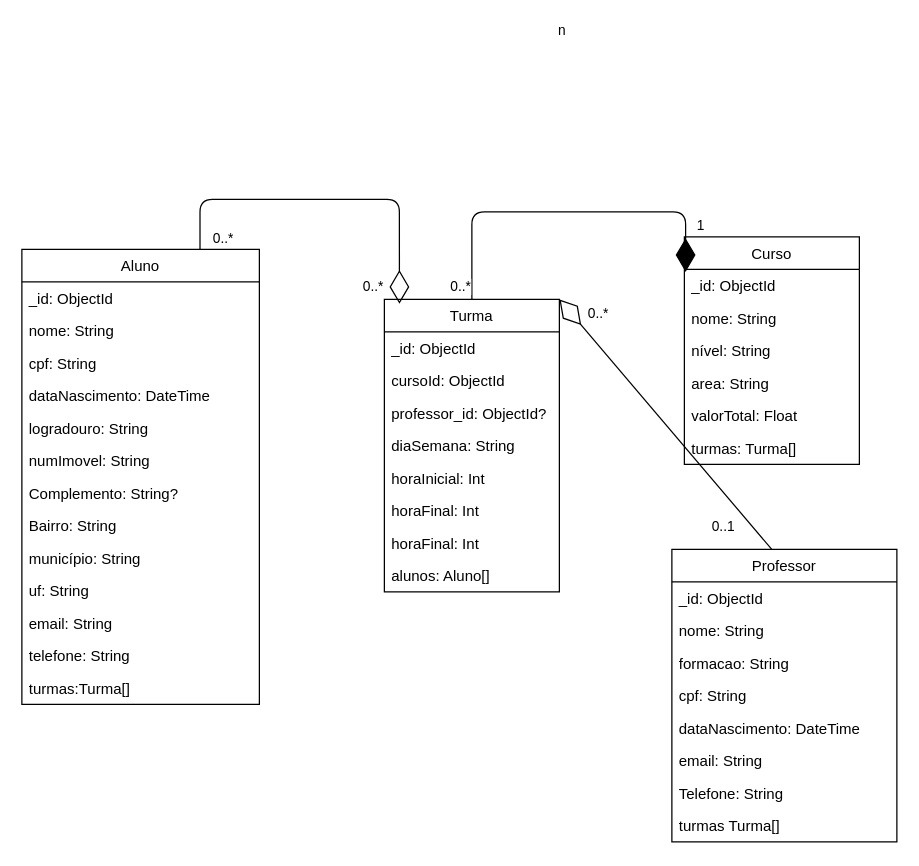
The draw.io diagram docs/modelagem-db.drawio in Leonardo-henriqu2/bn-not-2023-2, before the edit. Source tidied: cells renumbered, new cells numbered last; positions are measured from the earlier drawing's top-left corner, leaving out a move shared by most shapes. Both pictures are drawn from the tidied source at 125%, with x=0, y=0 at pixel (21, 199).
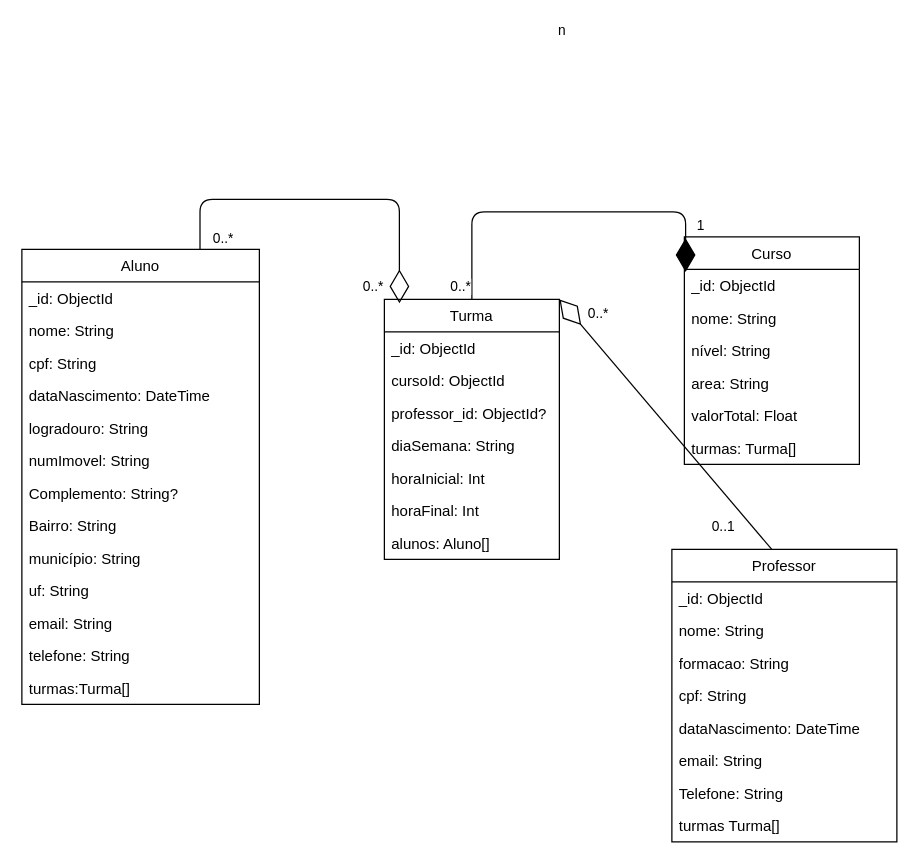
The same diagram, later.

What changed in the source:
```diff
@@
     <mxCell id="32" value="Turma" style="swimlane;fontStyle=0;horizontal=1;startSize=26;fillColor=none;" parent="1" vertex="1">
-      <mxGeometry x="290" y="80" width="140" height="234" as="geometry" />
+      <mxGeometry x="290" y="80" width="140" height="208" as="geometry" />
     </mxCell>
@@
-    <mxCell id="39" value="horaFinal: Int" style="text;strokeColor=none;fillColor=none;align=left;verticalAlign=top;spacingLeft=4;spacingRight=4;overflow=hidden;" parent="32" vertex="1">
-      <mxGeometry y="182" width="140" height="26" as="geometry" />
-    </mxCell>
     <mxCell id="40" value="alunos: Aluno[]" style="text;strokeColor=none;fillColor=none;align=left;verticalAlign=top;spacingLeft=4;spacingRight=4;overflow=hidden;" parent="32" vertex="1">
-      <mxGeometry y="208" width="140" height="26" as="geometry" />
+      <mxGeometry y="182" width="140" height="26" as="geometry" />
     </mxCell>
```
